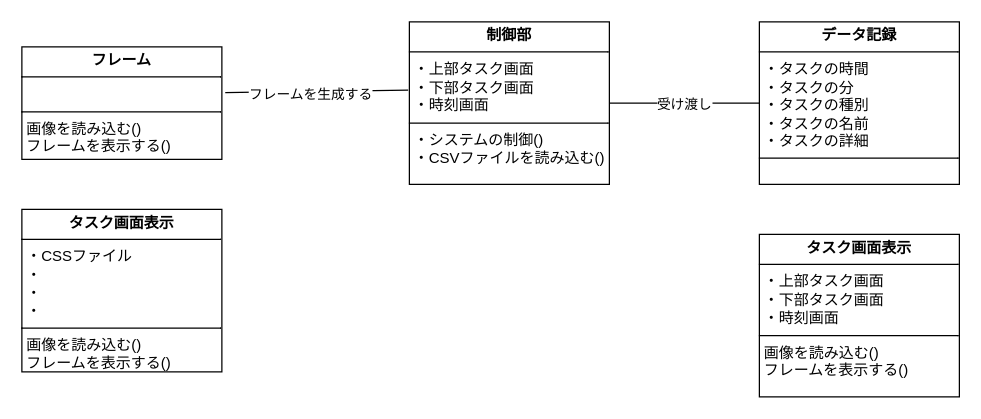
Earlier version of the draw.io diagram page "Class Diagram" (1 of 3) of memo/UML/DDS_plan.dio (usudonsdev/DepDispSchedular). Source tidied: cells renumbered, new cells numbered last; positions are measured from the earlier drawing's top-left corner, leaving out a move shared by most shapes. Both pictures are drawn from the tidied source at 125%, with x=0, y=0 at pixel (21, 21).
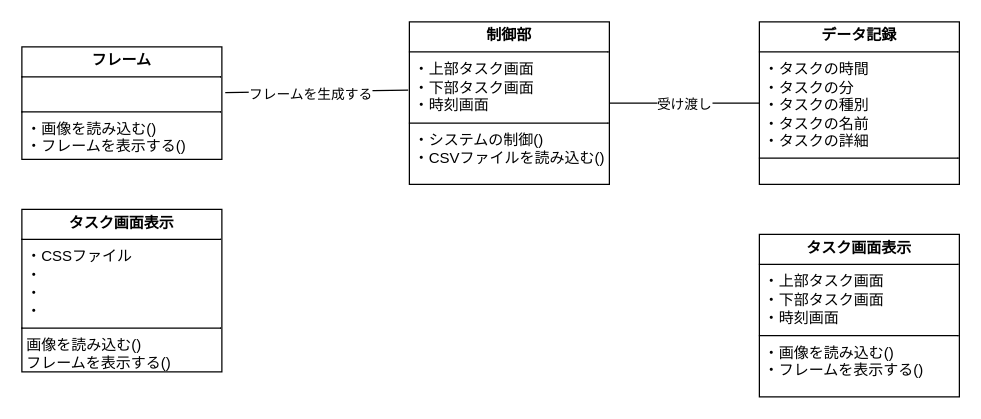
The same page after the edit.

What changed in the source:
```diff
@@
 <mxGraphModel>
   <root>
     <mxCell id="0" />
     <mxCell id="1" parent="0" />
-    <mxCell id="2" value="&lt;p style=&quot;margin:0px;margin-top:4px;text-align:center;&quot;&gt;&lt;b&gt;フレーム&lt;/b&gt;&lt;/p&gt;&lt;hr size=&quot;1&quot; style=&quot;border-style:solid;&quot;&gt;&lt;p style=&quot;margin:0px;margin-left:4px;&quot;&gt;&lt;br&gt;&lt;/p&gt;&lt;hr size=&quot;1&quot; style=&quot;border-style:solid;&quot;&gt;&lt;p style=&quot;margin:0px;margin-left:4px;&quot;&gt;画像を読み込む()&lt;/p&gt;&lt;p style=&quot;margin:0px;margin-left:4px;&quot;&gt;フレームを表示する()&lt;/p&gt;" style="verticalAlign=top;align=left;overflow=fill;html=1;whiteSpace=wrap;" parent="1" vertex="1">
+    <mxCell id="2" value="&lt;p style=&quot;margin:0px;margin-top:4px;text-align:center;&quot;&gt;&lt;b&gt;フレーム&lt;/b&gt;&lt;/p&gt;&lt;hr size=&quot;1&quot; style=&quot;border-style:solid;&quot;&gt;&lt;p style=&quot;margin:0px;margin-left:4px;&quot;&gt;&lt;br&gt;&lt;/p&gt;&lt;hr size=&quot;1&quot; style=&quot;border-style:solid;&quot;&gt;&lt;p style=&quot;margin:0px;margin-left:4px;&quot;&gt;・画像を読み込む()&lt;/p&gt;&lt;p style=&quot;margin:0px;margin-left:4px;&quot;&gt;・フレームを表示する()&lt;/p&gt;" style="verticalAlign=top;align=left;overflow=fill;html=1;whiteSpace=wrap;" parent="1" vertex="1">
       <mxGeometry y="20" width="160" height="90" as="geometry" />
     </mxCell>
     <mxCell id="3" value="&lt;p style=&quot;margin:0px;margin-top:4px;text-align:center;&quot;&gt;&lt;b&gt;制御部&lt;/b&gt;&lt;/p&gt;&lt;hr size=&quot;1&quot; style=&quot;border-style:solid;&quot;&gt;&lt;p style=&quot;margin:0px;margin-left:4px;&quot;&gt;・上部タスク画面&lt;/p&gt;&lt;p style=&quot;margin:0px;margin-left:4px;&quot;&gt;・下部タスク画面&lt;/p&gt;&lt;p style=&quot;margin:0px;margin-left:4px;&quot;&gt;・時刻画面&lt;/p&gt;&lt;hr size=&quot;1&quot; style=&quot;border-style:solid;&quot;&gt;&lt;p style=&quot;margin:0px;margin-left:4px;&quot;&gt;・システムの制御()&lt;/p&gt;&lt;p style=&quot;margin:0px;margin-left:4px;&quot;&gt;・CSVファイルを読み込む()&lt;/p&gt;" style="verticalAlign=top;align=left;overflow=fill;html=1;whiteSpace=wrap;" parent="1" vertex="1">
       <mxGeometry x="310" width="160" height="130" as="geometry" />
     </mxCell>
     <mxCell id="4" style="endArrow=none;html=1;exitX=1.017;exitY=0.407;exitDx=0;exitDy=0;exitPerimeter=0;entryX=-0.006;entryY=0.42;entryDx=0;entryDy=0;entryPerimeter=0;" parent="1" edge="1" source="2" target="3">
       <mxGeometry relative="1" as="geometry" />
     </mxCell>
     <mxCell id="5" value="フレームを生成する" style="edgeLabel;html=1;align=center;verticalAlign=middle;" parent="4" vertex="1">
       <mxGeometry x="-0.07" y="-2" relative="1" as="geometry" />
     </mxCell>
     <mxCell id="6" value="&lt;p style=&quot;margin:0px;margin-top:4px;text-align:center;&quot;&gt;&lt;b&gt;データ記録&lt;/b&gt;&lt;/p&gt;&lt;hr size=&quot;1&quot; style=&quot;border-style:solid;&quot;&gt;&lt;p style=&quot;margin:0px;margin-left:4px;&quot;&gt;・タスクの時間&lt;/p&gt;&lt;p style=&quot;margin:0px;margin-left:4px;&quot;&gt;・タスクの分&lt;/p&gt;&lt;p style=&quot;margin:0px;margin-left:4px;&quot;&gt;・タスクの種別&lt;/p&gt;&lt;p style=&quot;margin:0px;margin-left:4px;&quot;&gt;・タスクの名前&lt;/p&gt;&lt;p style=&quot;margin:0px;margin-left:4px;&quot;&gt;・タスクの詳細&lt;/p&gt;&lt;hr size=&quot;1&quot; style=&quot;border-style:solid;&quot;&gt;&lt;p style=&quot;margin:0px;margin-left:4px;&quot;&gt;&lt;br&gt;&lt;/p&gt;" style="verticalAlign=top;align=left;overflow=fill;html=1;whiteSpace=wrap;" parent="1" vertex="1">
       <mxGeometry x="590" width="160" height="130" as="geometry" />
     </mxCell>
     <mxCell id="7" style="endArrow=none;html=1;exitX=1;exitY=0.5;exitDx=0;exitDy=0;entryX=0;entryY=0.5;entryDx=0;entryDy=0;" parent="1" edge="1" source="3" target="6">
       <mxGeometry relative="1" as="geometry" />
     </mxCell>
     <mxCell id="8" value="受け渡し" style="edgeLabel;html=1;align=center;verticalAlign=middle;" parent="7" vertex="1">
       <mxGeometry x="0.39" relative="1" as="geometry">
         <mxPoint x="-24" as="offset" />
       </mxGeometry>
     </mxCell>
-    <mxCell id="9" value="&lt;p style=&quot;margin:0px;margin-top:4px;text-align:center;&quot;&gt;&lt;b&gt;タスク画面表示&lt;/b&gt;&lt;/p&gt;&lt;hr size=&quot;1&quot; style=&quot;border-style:solid;&quot;&gt;&lt;p style=&quot;margin:0px;margin-left:4px;&quot;&gt;・上部タスク画面&lt;/p&gt;&lt;p style=&quot;margin:0px;margin-left:4px;&quot;&gt;・下部タスク画面&lt;/p&gt;&lt;p style=&quot;margin:0px;margin-left:4px;&quot;&gt;・時刻画面&lt;/p&gt;&lt;hr size=&quot;1&quot; style=&quot;border-style:solid;&quot;&gt;&lt;p style=&quot;margin:0px;margin-left:4px;&quot;&gt;画像を読み込む()&lt;/p&gt;&lt;p style=&quot;margin:0px;margin-left:4px;&quot;&gt;フレームを表示する()&lt;/p&gt;" style="verticalAlign=top;align=left;overflow=fill;html=1;whiteSpace=wrap;" parent="1" vertex="1">
+    <mxCell id="9" value="&lt;p style=&quot;margin:0px;margin-top:4px;text-align:center;&quot;&gt;&lt;b&gt;タスク画面表示&lt;/b&gt;&lt;/p&gt;&lt;hr size=&quot;1&quot; style=&quot;border-style:solid;&quot;&gt;&lt;p style=&quot;margin:0px;margin-left:4px;&quot;&gt;・上部タスク画面&lt;/p&gt;&lt;p style=&quot;margin:0px;margin-left:4px;&quot;&gt;・下部タスク画面&lt;/p&gt;&lt;p style=&quot;margin:0px;margin-left:4px;&quot;&gt;・時刻画面&lt;/p&gt;&lt;hr size=&quot;1&quot; style=&quot;border-style:solid;&quot;&gt;&lt;p style=&quot;margin:0px;margin-left:4px;&quot;&gt;・画像を読み込む()&lt;/p&gt;&lt;p style=&quot;margin:0px;margin-left:4px;&quot;&gt;・フレームを表示する()&lt;/p&gt;" style="verticalAlign=top;align=left;overflow=fill;html=1;whiteSpace=wrap;" parent="1" vertex="1">
       <mxGeometry x="590" y="170" width="160" height="130" as="geometry" />
     </mxCell>
     <mxCell id="10" value="&lt;p style=&quot;margin:0px;margin-top:4px;text-align:center;&quot;&gt;&lt;b&gt;タスク画面表示&lt;/b&gt;&lt;/p&gt;&lt;hr size=&quot;1&quot; style=&quot;border-style:solid;&quot;&gt;&lt;p style=&quot;margin:0px;margin-left:4px;&quot;&gt;・CSSファイル&lt;/p&gt;&lt;p style=&quot;margin:0px;margin-left:4px;&quot;&gt;・&lt;/p&gt;&lt;p style=&quot;margin:0px;margin-left:4px;&quot;&gt;・&lt;/p&gt;&lt;p style=&quot;margin:0px;margin-left:4px;&quot;&gt;・&lt;/p&gt;&lt;hr size=&quot;1&quot; style=&quot;border-style:solid;&quot;&gt;&lt;p style=&quot;margin:0px;margin-left:4px;&quot;&gt;画像を読み込む()&lt;/p&gt;&lt;p style=&quot;margin:0px;margin-left:4px;&quot;&gt;フレームを表示する()&lt;/p&gt;" style="verticalAlign=top;align=left;overflow=fill;html=1;whiteSpace=wrap;" parent="1" vertex="1">
       <mxGeometry y="150" width="160" height="130" as="geometry" />
     </mxCell>
   </root>
 </mxGraphModel>
```
